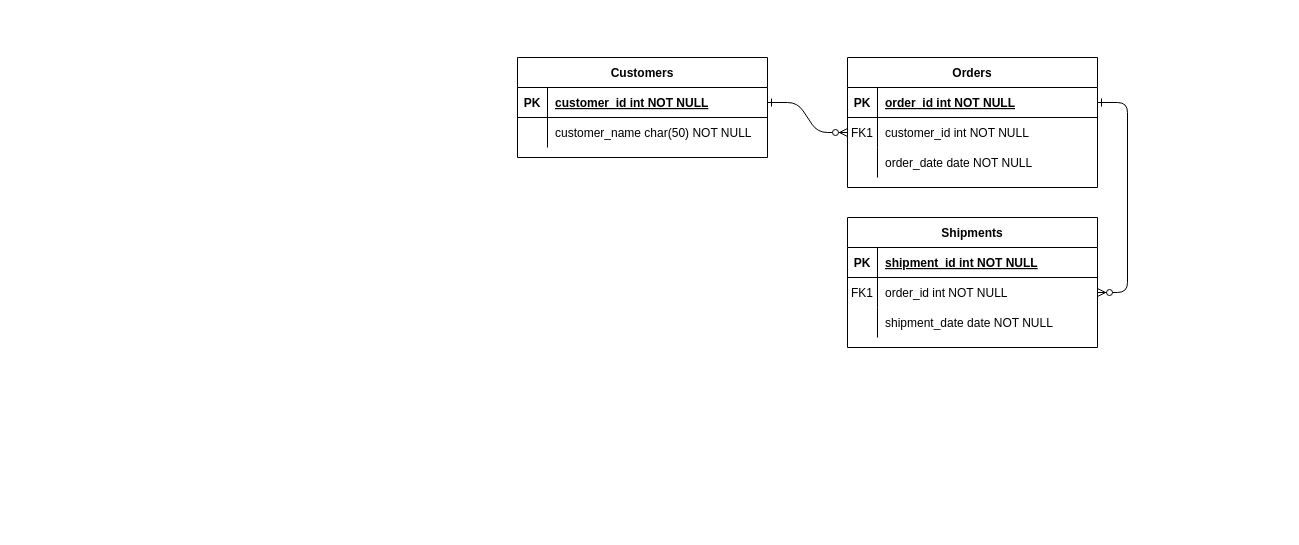
Before: Diagramme sans nom.drawio in CamilleSimon/BTS2-CIEL-IR-MCD-2024-2025, a draw.io diagram. Source tidied: cells renumbered, new cells numbered last; positions are measured from the earlier drawing's top-left corner, leaving out a move shared by most shapes. Both pictures are drawn from the tidied source at 100%, with x=0, y=0 at pixel (517, 57).
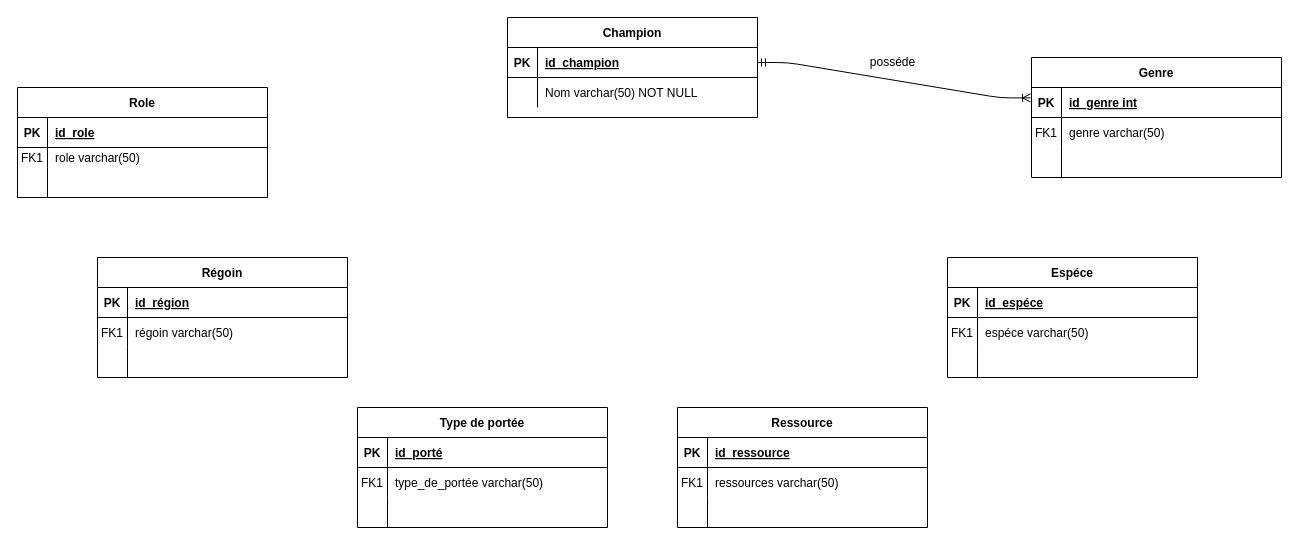
The same page after the edit.

Commit message:
Mettre à jour Diagramme sans nom.drawio

Unchanged cells that the change refers to:
```xml
<mxCell id="5" style="shape=partialRectangle;fillColor=none;points=[[0,0.5],[1,0.5]];portConstraint=eastwest;top=0;left=0;right=0;bottom=1;" parent="4" vertex="1">
  <mxGeometry y="30" width="250" height="30" as="geometry" />
</mxCell>
<mxCell id="8" style="shape=partialRectangle;fillColor=none;points=[[0,0.5],[1,0.5]];portConstraint=eastwest;top=0;left=0;right=0;bottom=0;" parent="4" vertex="1">
  <mxGeometry y="60" width="250" height="30" as="geometry" />
</mxCell>
<mxCell id="11" style="shape=partialRectangle;fillColor=none;top=0;left=0;right=0;bottom=0;" parent="4" vertex="1">
  <mxGeometry y="90" width="250" height="30" as="geometry" />
</mxCell>
```

Diff of the diagram source:
```diff
@@
-    <mxCell id="2" style="edgeStyle=entityRelationEdgeStyle;endArrow=ERzeroToMany;startArrow=ERone;endFill=1;startFill=0;" parent="1" edge="1" source="25" target="8">
-      <mxGeometry relative="1" as="geometry" />
+    <mxCell id="2" style="edgeStyle=entityRelationEdgeStyle;endArrow=ERoneToMany;startArrow=ERmandOne;endFill=0;startFill=0;entryX=0.052;entryY=0;entryDx=0;entryDy=0;entryPerimeter=0;exitX=1;exitY=0.5;exitDx=0;exitDy=0;" parent="1" edge="1" source="25">
+      <mxGeometry relative="1" as="geometry">
+        <mxPoint x="513" y="40.4" as="targetPoint" />
+      </mxGeometry>
     </mxCell>
-    <mxCell id="3" style="edgeStyle=entityRelationEdgeStyle;endArrow=ERzeroToMany;startArrow=ERone;endFill=1;startFill=0;" parent="1" edge="1" source="5" target="18">
-      <mxGeometry relative="1" as="geometry" />
-    </mxCell>
+    <mxCell id="24" value="Champion" style="shape=table;startSize=30;childLayout=tableLayout;rowLines=0;fontStyle=1;align=center;" parent="1" vertex="1">
+      <mxGeometry x="-10" y="-40" width="250" height="100" as="geometry" />
+    </mxCell>
+    <mxCell id="25" style="shape=partialRectangle;fillColor=none;points=[[0,0.5],[1,0.5]];portConstraint=eastwest;top=0;left=0;right=0;bottom=1;" parent="24" vertex="1">
+      <mxGeometry y="30" width="250" height="30" as="geometry" />
+    </mxCell>
+    <mxCell id="26" value="PK" style="shape=partialRectangle;overflow=hidden;fillColor=none;top=0;left=0;bottom=0;right=0;fontStyle=1;" parent="25" vertex="1">
+      <mxGeometry width="30" height="30" as="geometry" />
+    </mxCell>
+    <mxCell id="27" value="id_champion" style="shape=partialRectangle;overflow=hidden;fillColor=none;top=0;left=0;bottom=0;right=0;align=left;spacingLeft=6;fontStyle=5;" parent="25" vertex="1">
+      <mxGeometry x="30" width="220" height="30" as="geometry" />
+    </mxCell>
+    <mxCell id="28" style="shape=partialRectangle;fillColor=none;top=0;left=0;right=0;bottom=0;" parent="24" vertex="1">
+      <mxGeometry y="60" width="250" height="30" as="geometry" />
+    </mxCell>
+    <mxCell id="29" style="shape=partialRectangle;overflow=hidden;fillColor=none;top=0;left=0;bottom=0;right=0;" parent="28" vertex="1">
+      <mxGeometry width="30" height="30" as="geometry" />
+    </mxCell>
+    <mxCell id="30" value="Nom varchar(50) NOT NULL" style="shape=partialRectangle;overflow=hidden;fillColor=none;top=0;left=0;bottom=0;right=0;align=left;spacingLeft=6;" parent="28" vertex="1">
+      <mxGeometry x="30" width="220" height="30" as="geometry" />
+    </mxCell>
+    <mxCell id="31" value="posséde" style="text;html=1;align=center;verticalAlign=middle;strokeColor=none;fillColor=none;" parent="1" vertex="1">
+      <mxGeometry x="340" y="-10" width="70" height="30" as="geometry" />
+    </mxCell>
+    <mxCell id="32" value="Espéce" style="shape=table;startSize=30;childLayout=tableLayout;rowLines=0;fontStyle=1;align=center;" parent="1" vertex="1">
+      <mxGeometry x="430" y="200" width="250" height="120" as="geometry" />
+    </mxCell>
+    <mxCell id="33" style="shape=partialRectangle;fillColor=none;top=0;left=0;right=0;bottom=1;" parent="32" vertex="1">
+      <mxGeometry y="30" width="250" height="30" as="geometry" />
+    </mxCell>
+    <mxCell id="34" value="PK" style="shape=partialRectangle;overflow=hidden;fillColor=none;top=0;left=0;bottom=0;right=0;fontStyle=1;" parent="33" vertex="1">
+      <mxGeometry width="30" height="30" as="geometry" />
+    </mxCell>
+    <mxCell id="35" value="id_espéce" style="shape=partialRectangle;overflow=hidden;fillColor=none;top=0;left=0;bottom=0;right=0;align=left;spacingLeft=6;fontStyle=5;" parent="33" vertex="1">
+      <mxGeometry x="30" width="220" height="30" as="geometry" />
+    </mxCell>
+    <mxCell id="36" style="shape=partialRectangle;fillColor=none;top=0;left=0;right=0;bottom=0;" parent="32" vertex="1">
+      <mxGeometry y="60" width="250" height="30" as="geometry" />
+    </mxCell>
+    <mxCell id="37" value="FK1" style="shape=partialRectangle;overflow=hidden;fillColor=none;top=0;left=0;bottom=0;right=0;" parent="36" vertex="1">
+      <mxGeometry width="30" height="30" as="geometry" />
+    </mxCell>
+    <mxCell id="38" value="espéce varchar(50)" style="shape=partialRectangle;overflow=hidden;fillColor=none;top=0;left=0;bottom=0;right=0;align=left;spacingLeft=6;" parent="36" vertex="1">
+      <mxGeometry x="30" width="220" height="30" as="geometry" />
+    </mxCell>
+    <mxCell id="39" style="shape=partialRectangle;fillColor=none;top=0;left=0;right=0;bottom=0;" parent="32" vertex="1">
+      <mxGeometry y="90" width="250" height="30" as="geometry" />
+    </mxCell>
+    <mxCell id="40" style="shape=partialRectangle;overflow=hidden;fillColor=none;top=0;left=0;bottom=0;right=0;" parent="39" vertex="1">
+      <mxGeometry width="30" height="30" as="geometry" />
+    </mxCell>
+    <mxCell id="41" style="shape=partialRectangle;overflow=hidden;fillColor=none;top=0;left=0;bottom=0;right=0;align=left;spacingLeft=6;" parent="39" vertex="1">
+      <mxGeometry x="30" width="220" height="30" as="geometry" />
+    </mxCell>
+    <mxCell id="42" value="Ressource" style="shape=table;startSize=30;childLayout=tableLayout;rowLines=0;fontStyle=1;align=center;" parent="1" vertex="1">
+      <mxGeometry x="160" y="350" width="250" height="120" as="geometry" />
+    </mxCell>
+    <mxCell id="43" style="shape=partialRectangle;fillColor=none;top=0;left=0;right=0;bottom=1;" parent="42" vertex="1">
+      <mxGeometry y="30" width="250" height="30" as="geometry" />
+    </mxCell>
+    <mxCell id="44" value="PK" style="shape=partialRectangle;overflow=hidden;fillColor=none;top=0;left=0;bottom=0;right=0;fontStyle=1;" parent="43" vertex="1">
+      <mxGeometry width="30" height="30" as="geometry" />
+    </mxCell>
+    <mxCell id="45" value="id_ressource" style="shape=partialRectangle;overflow=hidden;fillColor=none;top=0;left=0;bottom=0;right=0;align=left;spacingLeft=6;fontStyle=5;" parent="43" vertex="1">
+      <mxGeometry x="30" width="220" height="30" as="geometry" />
+    </mxCell>
+    <mxCell id="46" style="shape=partialRectangle;fillColor=none;top=0;left=0;right=0;bottom=0;" parent="42" vertex="1">
+      <mxGeometry y="60" width="250" height="30" as="geometry" />
+    </mxCell>
+    <mxCell id="47" value="FK1" style="shape=partialRectangle;overflow=hidden;fillColor=none;top=0;left=0;bottom=0;right=0;" parent="46" vertex="1">
+      <mxGeometry width="30" height="30" as="geometry" />
+    </mxCell>
+    <mxCell id="48" value="ressources varchar(50)" style="shape=partialRectangle;overflow=hidden;fillColor=none;top=0;left=0;bottom=0;right=0;align=left;spacingLeft=6;" parent="46" vertex="1">
+      <mxGeometry x="30" width="220" height="30" as="geometry" />
+    </mxCell>
+    <mxCell id="49" style="shape=partialRectangle;fillColor=none;top=0;left=0;right=0;bottom=0;" parent="42" vertex="1">
+      <mxGeometry y="90" width="250" height="30" as="geometry" />
+    </mxCell>
+    <mxCell id="50" style="shape=partialRectangle;overflow=hidden;fillColor=none;top=0;left=0;bottom=0;right=0;" parent="49" vertex="1">
+      <mxGeometry width="30" height="30" as="geometry" />
+    </mxCell>
+    <mxCell id="51" style="shape=partialRectangle;overflow=hidden;fillColor=none;top=0;left=0;bottom=0;right=0;align=left;spacingLeft=6;" parent="49" vertex="1">
+      <mxGeometry x="30" width="220" height="30" as="geometry" />
+    </mxCell>
+    <mxCell id="52" value="Régoin" style="shape=table;startSize=30;childLayout=tableLayout;rowLines=0;fontStyle=1;align=center;" parent="1" vertex="1">
+      <mxGeometry x="-420" y="200" width="250" height="120" as="geometry" />
+    </mxCell>
+    <mxCell id="53" style="shape=partialRectangle;fillColor=none;top=0;left=0;right=0;bottom=1;" parent="52" vertex="1">
+      <mxGeometry y="30" width="250" height="30" as="geometry" />
+    </mxCell>
+    <mxCell id="54" value="PK" style="shape=partialRectangle;overflow=hidden;fillColor=none;top=0;left=0;bottom=0;right=0;fontStyle=1;" parent="53" vertex="1">
+      <mxGeometry width="30" height="30" as="geometry" />
+    </mxCell>
+    <mxCell id="55" value="id_région" style="shape=partialRectangle;overflow=hidden;fillColor=none;top=0;left=0;bottom=0;right=0;align=left;spacingLeft=6;fontStyle=5;" parent="53" vertex="1">
+      <mxGeometry x="30" width="220" height="30" as="geometry" />
+    </mxCell>
+    <mxCell id="56" style="shape=partialRectangle;fillColor=none;top=0;left=0;right=0;bottom=0;" parent="52" vertex="1">
+      <mxGeometry y="60" width="250" height="30" as="geometry" />
+    </mxCell>
+    <mxCell id="57" value="FK1" style="shape=partialRectangle;overflow=hidden;fillColor=none;top=0;left=0;bottom=0;right=0;" parent="56" vertex="1">
+      <mxGeometry width="30" height="30" as="geometry" />
+    </mxCell>
+    <mxCell id="58" value="régoin varchar(50)" style="shape=partialRectangle;overflow=hidden;fillColor=none;top=0;left=0;bottom=0;right=0;align=left;spacingLeft=6;" parent="56" vertex="1">
+      <mxGeometry x="30" width="220" height="30" as="geometry" />
+    </mxCell>
+    <mxCell id="59" style="shape=partialRectangle;fillColor=none;top=0;left=0;right=0;bottom=0;" parent="52" vertex="1">
+      <mxGeometry y="90" width="250" height="30" as="geometry" />
+    </mxCell>
+    <mxCell id="60" style="shape=partialRectangle;overflow=hidden;fillColor=none;top=0;left=0;bottom=0;right=0;" parent="59" vertex="1">
+      <mxGeometry width="30" height="30" as="geometry" />
+    </mxCell>
+    <mxCell id="61" style="shape=partialRectangle;overflow=hidden;fillColor=none;top=0;left=0;bottom=0;right=0;align=left;spacingLeft=6;" parent="59" vertex="1">
+      <mxGeometry x="30" width="220" height="30" as="geometry" />
+    </mxCell>
+    <mxCell id="62" value="Role" style="shape=table;startSize=30;childLayout=tableLayout;rowLines=0;fontStyle=1;align=center;" parent="1" vertex="1">
+      <mxGeometry x="-500" y="30" width="250" height="110" as="geometry" />
+    </mxCell>
+    <mxCell id="63" style="shape=partialRectangle;fillColor=none;top=0;left=0;right=0;bottom=1;" parent="62" vertex="1">
+      <mxGeometry y="30" width="250" height="30" as="geometry" />
+    </mxCell>
+    <mxCell id="64" value="PK" style="shape=partialRectangle;overflow=hidden;fillColor=none;top=0;left=0;bottom=0;right=0;fontStyle=1;" parent="63" vertex="1">
+      <mxGeometry width="30" height="30" as="geometry" />
+    </mxCell>
+    <mxCell id="65" value="id_role" style="shape=partialRectangle;overflow=hidden;fillColor=none;top=0;left=0;bottom=0;right=0;align=left;spacingLeft=6;fontStyle=5;" parent="63" vertex="1">
+      <mxGeometry x="30" width="220" height="30" as="geometry" />
+    </mxCell>
+    <mxCell id="66" style="shape=partialRectangle;fillColor=none;top=0;left=0;right=0;bottom=0;" parent="62" vertex="1">
+      <mxGeometry y="60" width="250" height="20" as="geometry" />
+    </mxCell>
+    <mxCell id="67" value="FK1" style="shape=partialRectangle;overflow=hidden;fillColor=none;top=0;left=0;bottom=0;right=0;" parent="66" vertex="1">
+      <mxGeometry width="30" height="20" as="geometry" />
+    </mxCell>
+    <mxCell id="68" value="role varchar(50)" style="shape=partialRectangle;overflow=hidden;fillColor=none;top=0;left=0;bottom=0;right=0;align=left;spacingLeft=6;" parent="66" vertex="1">
+      <mxGeometry x="30" width="220" height="20" as="geometry" />
+    </mxCell>
+    <mxCell id="69" style="shape=partialRectangle;fillColor=none;top=0;left=0;right=0;bottom=0;" parent="62" vertex="1">
+      <mxGeometry y="80" width="250" height="30" as="geometry" />
+    </mxCell>
+    <mxCell id="70" style="shape=partialRectangle;overflow=hidden;fillColor=none;top=0;left=0;bottom=0;right=0;" parent="69" vertex="1">
+      <mxGeometry width="30" height="30" as="geometry" />
+    </mxCell>
+    <mxCell id="71" style="shape=partialRectangle;overflow=hidden;fillColor=none;top=0;left=0;bottom=0;right=0;align=left;spacingLeft=6;" parent="69" vertex="1">
+      <mxGeometry x="30" width="220" height="30" as="geometry" />
+    </mxCell>
+    <mxCell id="72" value="Type de portée" style="shape=table;startSize=30;childLayout=tableLayout;rowLines=0;fontStyle=1;align=center;" parent="1" vertex="1">
+      <mxGeometry x="-160" y="350" width="250" height="120" as="geometry" />
+    </mxCell>
+    <mxCell id="73" style="shape=partialRectangle;fillColor=none;top=0;left=0;right=0;bottom=1;" parent="72" vertex="1">
+      <mxGeometry y="30" width="250" height="30" as="geometry" />
+    </mxCell>
+    <mxCell id="74" value="PK" style="shape=partialRectangle;overflow=hidden;fillColor=none;top=0;left=0;bottom=0;right=0;fontStyle=1;" parent="73" vertex="1">
+      <mxGeometry width="30" height="30" as="geometry" />
+    </mxCell>
+    <mxCell id="75" value="id_porté" style="shape=partialRectangle;overflow=hidden;fillColor=none;top=0;left=0;bottom=0;right=0;align=left;spacingLeft=6;fontStyle=5;" parent="73" vertex="1">
+      <mxGeometry x="30" width="220" height="30" as="geometry" />
+    </mxCell>
+    <mxCell id="76" style="shape=partialRectangle;fillColor=none;top=0;left=0;right=0;bottom=0;" parent="72" vertex="1">
+      <mxGeometry y="60" width="250" height="30" as="geometry" />
+    </mxCell>
+    <mxCell id="77" value="FK1" style="shape=partialRectangle;overflow=hidden;fillColor=none;top=0;left=0;bottom=0;right=0;" parent="76" vertex="1">
+      <mxGeometry width="30" height="30" as="geometry" />
+    </mxCell>
+    <mxCell id="78" value="type_de_portée varchar(50)" style="shape=partialRectangle;overflow=hidden;fillColor=none;top=0;left=0;bottom=0;right=0;align=left;spacingLeft=6;" parent="76" vertex="1">
+      <mxGeometry x="30" width="220" height="30" as="geometry" />
+    </mxCell>
+    <mxCell id="79" style="shape=partialRectangle;fillColor=none;top=0;left=0;right=0;bottom=0;" parent="72" vertex="1">
+      <mxGeometry y="90" width="250" height="30" as="geometry" />
+    </mxCell>
+    <mxCell id="80" style="shape=partialRectangle;overflow=hidden;fillColor=none;top=0;left=0;bottom=0;right=0;" parent="79" vertex="1">
+      <mxGeometry width="30" height="30" as="geometry" />
+    </mxCell>
+    <mxCell id="81" style="shape=partialRectangle;overflow=hidden;fillColor=none;top=0;left=0;bottom=0;right=0;align=left;spacingLeft=6;" parent="79" vertex="1">
+      <mxGeometry x="30" width="220" height="30" as="geometry" />
+    </mxCell>
-    <mxCell id="4" value="Orders" style="shape=table;startSize=30;childLayout=tableLayout;rowLines=0;fontStyle=1;align=center;" parent="1" vertex="1">
-      <mxGeometry x="330" width="250" height="130" as="geometry" />
+    <mxCell id="4" value="Genre" style="shape=table;startSize=30;childLayout=tableLayout;rowLines=0;fontStyle=1;align=center;" parent="1" vertex="1">
+      <mxGeometry x="514" width="250" height="120" as="geometry" />
     </mxCell>
@@
-    <mxCell id="7" value="order_id int NOT NULL " style="shape=partialRectangle;overflow=hidden;fillColor=none;top=0;left=0;bottom=0;right=0;align=left;spacingLeft=6;fontStyle=5;" parent="5" vertex="1">
+    <mxCell id="7" value="id_genre int" style="shape=partialRectangle;overflow=hidden;fillColor=none;top=0;left=0;bottom=0;right=0;align=left;spacingLeft=6;fontStyle=5;" parent="5" vertex="1">
       <mxGeometry x="30" width="220" height="30" as="geometry" />
     </mxCell>
@@
-    <mxCell id="10" value="customer_id int NOT NULL" style="shape=partialRectangle;overflow=hidden;fillColor=none;top=0;left=0;bottom=0;right=0;align=left;spacingLeft=6;" parent="8" vertex="1">
+    <mxCell id="10" value="genre varchar(50)" style="shape=partialRectangle;overflow=hidden;fillColor=none;top=0;left=0;bottom=0;right=0;align=left;spacingLeft=6;" parent="8" vertex="1">
       <mxGeometry x="30" width="220" height="30" as="geometry" />
     </mxCell>
@@
-    <mxCell id="13" value="order_date date NOT NULL" style="shape=partialRectangle;overflow=hidden;fillColor=none;top=0;left=0;bottom=0;right=0;align=left;spacingLeft=6;" parent="11" vertex="1">
+    <mxCell id="13" style="shape=partialRectangle;overflow=hidden;fillColor=none;top=0;left=0;bottom=0;right=0;align=left;spacingLeft=6;" parent="11" vertex="1">
       <mxGeometry x="30" width="220" height="30" as="geometry" />
     </mxCell>
-    <mxCell id="14" value="Shipments" style="shape=table;startSize=30;childLayout=tableLayout;rowLines=0;fontStyle=1;align=center;" parent="1" vertex="1">
-      <mxGeometry x="330" y="160" width="250" height="130" as="geometry" />
-    </mxCell>
-    <mxCell id="15" style="shape=partialRectangle;fillColor=none;top=0;left=0;right=0;bottom=1;" parent="14" vertex="1">
-      <mxGeometry y="30" width="250" height="30" as="geometry" />
-    </mxCell>
-    <mxCell id="16" value="PK" style="shape=partialRectangle;overflow=hidden;fillColor=none;top=0;left=0;bottom=0;right=0;fontStyle=1;" parent="15" vertex="1">
-      <mxGeometry width="30" height="30" as="geometry" />
-    </mxCell>
-    <mxCell id="17" value="shipment_id int NOT NULL " style="shape=partialRectangle;overflow=hidden;fillColor=none;top=0;left=0;bottom=0;right=0;align=left;spacingLeft=6;fontStyle=5;" parent="15" vertex="1">
-      <mxGeometry x="30" width="220" height="30" as="geometry" />
-    </mxCell>
-    <mxCell id="18" style="shape=partialRectangle;fillColor=none;points=[[0,0.5],[1,0.5]];portConstraint=eastwest;top=0;left=0;right=0;bottom=0;" parent="14" vertex="1">
-      <mxGeometry y="60" width="250" height="30" as="geometry" />
-    </mxCell>
-    <mxCell id="19" value="FK1" style="shape=partialRectangle;overflow=hidden;fillColor=none;top=0;left=0;bottom=0;right=0;" parent="18" vertex="1">
-      <mxGeometry width="30" height="30" as="geometry" />
-    </mxCell>
-    <mxCell id="20" value="order_id int NOT NULL" style="shape=partialRectangle;overflow=hidden;fillColor=none;top=0;left=0;bottom=0;right=0;align=left;spacingLeft=6;" parent="18" vertex="1">
-      <mxGeometry x="30" width="220" height="30" as="geometry" />
-    </mxCell>
-    <mxCell id="21" style="shape=partialRectangle;fillColor=none;top=0;left=0;right=0;bottom=0;" parent="14" vertex="1">
-      <mxGeometry y="90" width="250" height="30" as="geometry" />
-    </mxCell>
-    <mxCell id="22" style="shape=partialRectangle;overflow=hidden;fillColor=none;top=0;left=0;bottom=0;right=0;" parent="21" vertex="1">
-      <mxGeometry width="30" height="30" as="geometry" />
-    </mxCell>
-    <mxCell id="23" value="shipment_date date NOT NULL" style="shape=partialRectangle;overflow=hidden;fillColor=none;top=0;left=0;bottom=0;right=0;align=left;spacingLeft=6;" parent="21" vertex="1">
-      <mxGeometry x="30" width="220" height="30" as="geometry" />
-    </mxCell>
-    <mxCell id="24" value="Customers" style="shape=table;startSize=30;childLayout=tableLayout;rowLines=0;fontStyle=1;align=center;" parent="1" vertex="1">
-      <mxGeometry width="250" height="100" as="geometry" />
-    </mxCell>
-    <mxCell id="25" style="shape=partialRectangle;fillColor=none;points=[[0,0.5],[1,0.5]];portConstraint=eastwest;top=0;left=0;right=0;bottom=1;" parent="24" vertex="1">
-      <mxGeometry y="30" width="250" height="30" as="geometry" />
-    </mxCell>
-    <mxCell id="26" value="PK" style="shape=partialRectangle;overflow=hidden;fillColor=none;top=0;left=0;bottom=0;right=0;fontStyle=1;" parent="25" vertex="1">
-      <mxGeometry width="30" height="30" as="geometry" />
-    </mxCell>
-    <mxCell id="27" value="customer_id int NOT NULL " style="shape=partialRectangle;overflow=hidden;fillColor=none;top=0;left=0;bottom=0;right=0;align=left;spacingLeft=6;fontStyle=5;" parent="25" vertex="1">
-      <mxGeometry x="30" width="220" height="30" as="geometry" />
-    </mxCell>
-    <mxCell id="28" style="shape=partialRectangle;fillColor=none;top=0;left=0;right=0;bottom=0;" parent="24" vertex="1">
-      <mxGeometry y="60" width="250" height="30" as="geometry" />
-    </mxCell>
-    <mxCell id="29" style="shape=partialRectangle;overflow=hidden;fillColor=none;top=0;left=0;bottom=0;right=0;" parent="28" vertex="1">
-      <mxGeometry width="30" height="30" as="geometry" />
-    </mxCell>
-    <mxCell id="30" value="customer_name char(50) NOT NULL" style="shape=partialRectangle;overflow=hidden;fillColor=none;top=0;left=0;bottom=0;right=0;align=left;spacingLeft=6;" parent="28" vertex="1">
-      <mxGeometry x="30" width="220" height="30" as="geometry" />
-    </mxCell>
```
